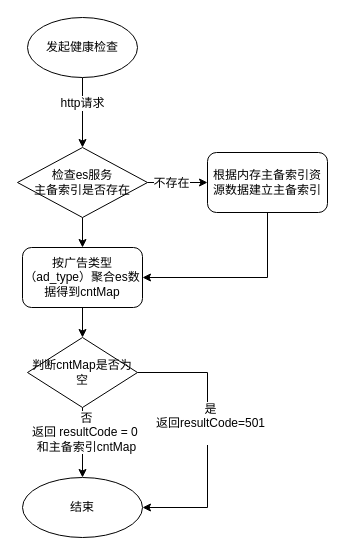
cp0802/xueqqiu keeps this draw.io diagram as page "ad-shield健康检查" (1 of 3) of 健康检查流程图.drawio. Above is the earlier version. Source tidied: cells renumbered, new cells numbered last; positions are measured from the earlier drawing's top-left corner, leaving out a move shared by most shapes. Both pictures are drawn from the tidied source at 100%, with x=0, y=0 at pixel (17, 17).
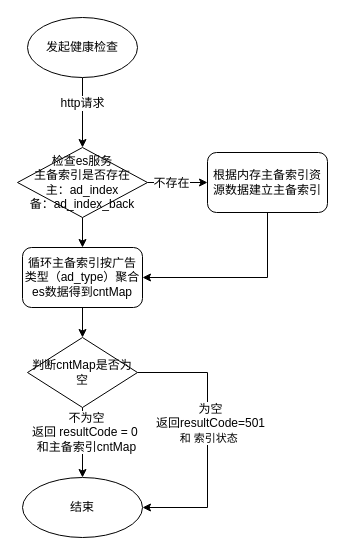
The same page after the edit.

The change refers to these unchanged cells:
```xml
<mxCell id="13" style="edgeStyle=orthogonalEdgeStyle;rounded=0;jettySize=auto;html=1;entryX=0.5;entryY=0;entryDx=0;entryDy=0;" parent="1" edge="1" source="17" target="18">
  <mxGeometry relative="1" as="geometry" />
</mxCell>
<mxCell id="15" style="edgeStyle=orthogonalEdgeStyle;rounded=0;jettySize=auto;html=1;exitX=1;exitY=0.5;exitDx=0;exitDy=0;entryX=1;entryY=0.5;entryDx=0;entryDy=0;" parent="1" edge="1" source="17" target="18">
  <mxGeometry relative="1" as="geometry">
    <Array as="points">
      <mxPoint x="190" y="355" />
      <mxPoint x="190" y="490" />
    </Array>
  </mxGeometry>
</mxCell>
```

Diff of the diagram source:
```diff
@@
-    <mxCell id="8" value="检查es服务&lt;br&gt;主备索引是否存在" style="rhombus;whiteSpace=wrap;html=1;" parent="1" vertex="1">
+    <mxCell id="8" value="检查es服务&lt;br&gt;主备索引是否存在&lt;br&gt;主：ad_index&lt;br&gt;备：ad_index_back" style="rhombus;whiteSpace=wrap;html=1;" parent="1" vertex="1">
       <mxGeometry y="130" width="130" height="70" as="geometry" />
     </mxCell>
@@
-    <mxCell id="10" value="按广告类型（ad_type）聚合es数据得到cntMap" style="rounded=1;whiteSpace=wrap;html=1;" parent="1" vertex="1">
+    <mxCell id="10" value="循环主备索引按广告类型（ad_type）聚合es数据得到cntMap" style="rounded=1;whiteSpace=wrap;html=1;" parent="1" vertex="1">
       <mxGeometry x="5" y="230" width="120" height="60" as="geometry" />
     </mxCell>
@@
-    <mxCell id="14" value="否&lt;br&gt;返回&amp;nbsp;resultCode = 0&amp;nbsp;&lt;br&gt;和主备索引cntMap" style="text;html=1;align=center;verticalAlign=middle;labelBackgroundColor=#ffffff;" parent="13" vertex="1">
+    <mxCell id="14" value="不为空&lt;br&gt;返回&amp;nbsp;resultCode = 0&amp;nbsp;&lt;br&gt;和主备索引cntMap" style="text;html=1;align=center;verticalAlign=middle;labelBackgroundColor=#ffffff;" parent="13" vertex="1">
       <mxGeometry x="-0.32" y="3" relative="1" as="geometry" />
     </mxCell>
@@
-    <mxCell id="16" value="是&lt;br&gt;返回resultCode=501&lt;br&gt;&amp;nbsp;" style="text;html=1;align=center;verticalAlign=middle;labelBackgroundColor=#ffffff;" parent="15" vertex="1">
+    <mxCell id="16" value="为空&lt;br&gt;返回resultCode=501&lt;br&gt;&lt;span style=&quot;font-size: 11px&quot;&gt;和 索引状态&lt;/span&gt;&amp;nbsp;" style="text;html=1;align=center;verticalAlign=middle;labelBackgroundColor=#ffffff;" parent="15" vertex="1">
       <mxGeometry x="-0.11" y="2" relative="1" as="geometry" />
     </mxCell>
```
